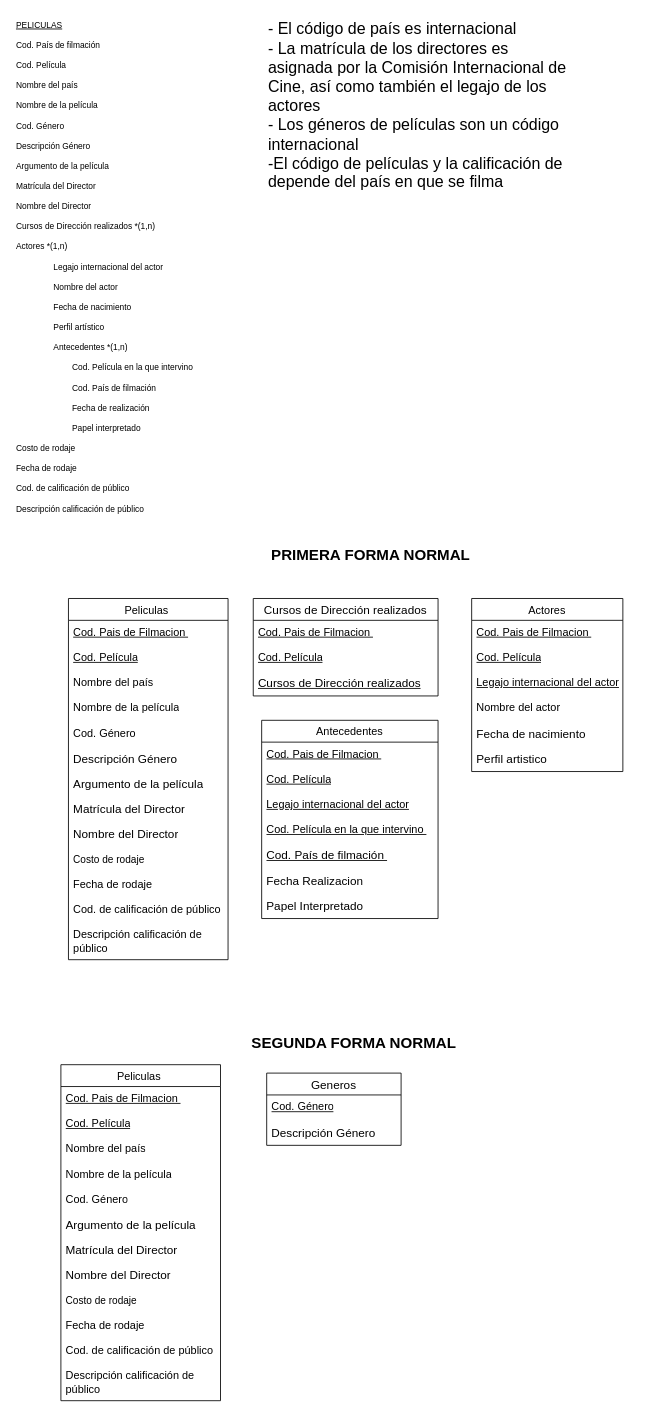
This is DiagrapaPeliculas.drawio from Jose-AA/TP-PELICULAS-BASE-DE-DATOS, a draw.io file, before an edit. Source tidied: cells renumbered, new cells numbered last; positions are measured from the earlier drawing's top-left corner, leaving out a move shared by most shapes. Both pictures are drawn from the tidied source at 84%, with x=0, y=0 at pixel (14, 14).
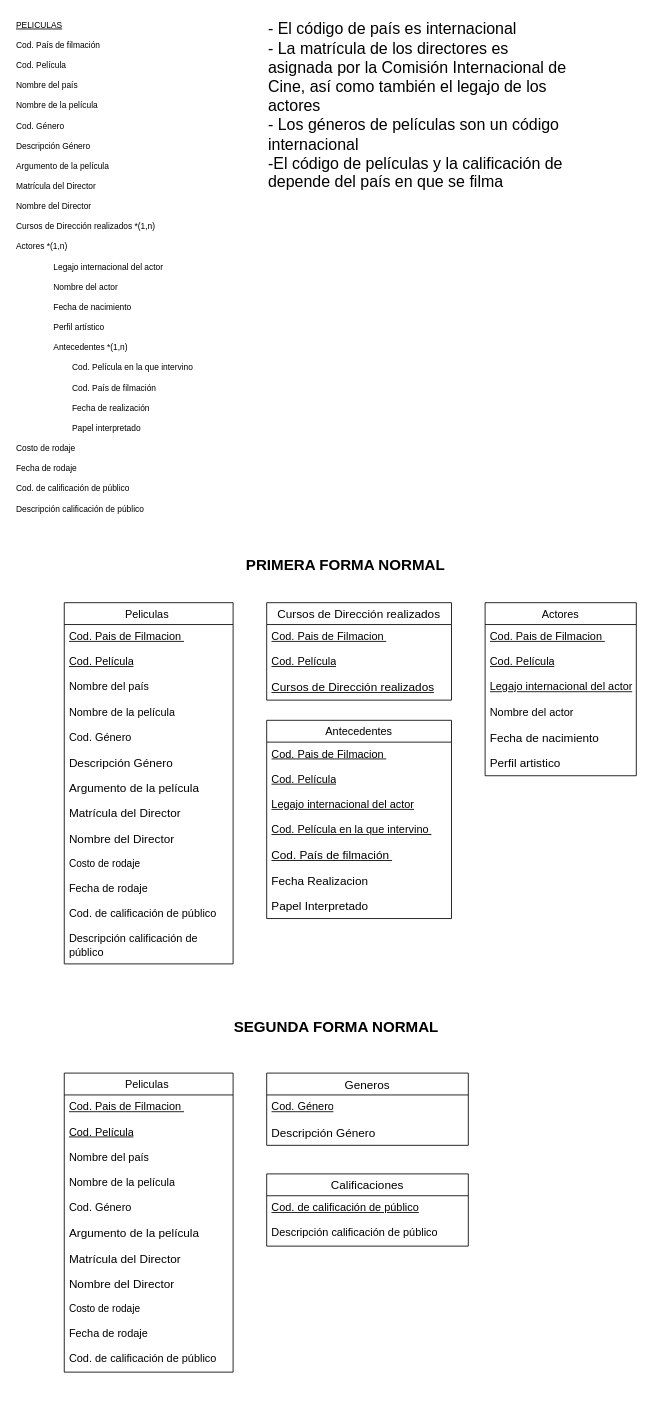
The same page after the edit.

Diff of the diagram source:
```diff
@@
     <mxCell id="2" value="Peliculas " style="swimlane;fontStyle=0;horizontal=1;startSize=26;align=center;fontSize=13;" parent="1" vertex="1">
-      <mxGeometry x="64" y="695" width="190" height="430" as="geometry" />
+      <mxGeometry x="59" y="700" width="201" height="430" as="geometry" />
     </mxCell>
     <mxCell id="3" value="&lt;div style=&quot;font-size: 13px;&quot;&gt;&lt;u&gt;Cod. Pais de Filmacion&amp;nbsp;&lt;/u&gt;&lt;/div&gt;" style="text;strokeColor=none;fillColor=none;spacingLeft=4;spacingRight=4;overflow=hidden;fontSize=13;whiteSpace=wrap;html=1;" parent="2" vertex="1">
-      <mxGeometry y="26" width="190" height="30" as="geometry" />
+      <mxGeometry y="26" width="201" height="30" as="geometry" />
     </mxCell>
     <mxCell id="4" value="&lt;span style=&quot;font-size: 13px;&quot;&gt;&lt;u&gt;Cod. Película&lt;/u&gt;&lt;/span&gt;" style="text;strokeColor=none;fillColor=none;spacingLeft=4;spacingRight=4;overflow=hidden;fontSize=13;whiteSpace=wrap;html=1;" parent="2" vertex="1">
-      <mxGeometry y="56" width="190" height="30" as="geometry" />
+      <mxGeometry y="56" width="201" height="30" as="geometry" />
     </mxCell>
     <mxCell id="5" value="&lt;span style=&quot;font-size: 13px;&quot;&gt;Nombre del país&lt;/span&gt;" style="text;strokeColor=none;fillColor=none;spacingLeft=4;spacingRight=4;overflow=hidden;fontSize=13;whiteSpace=wrap;html=1;" parent="2" vertex="1">
-      <mxGeometry y="86" width="190" height="30" as="geometry" />
+      <mxGeometry y="86" width="201" height="30" as="geometry" />
     </mxCell>
     <mxCell id="6" value="&lt;span style=&quot;font-size: 13px;&quot;&gt;Nombre de la película&lt;/span&gt;" style="text;strokeColor=none;fillColor=none;spacingLeft=4;spacingRight=4;overflow=hidden;fontSize=13;whiteSpace=wrap;html=1;" parent="2" vertex="1">
-      <mxGeometry y="116" width="190" height="30" as="geometry" />
+      <mxGeometry y="116" width="201" height="30" as="geometry" />
     </mxCell>
     <mxCell id="7" value="&lt;span style=&quot;font-size: 13px;&quot;&gt;Cod. Género&lt;/span&gt;" style="text;strokeColor=none;fillColor=none;spacingLeft=4;spacingRight=4;overflow=hidden;fontSize=13;whiteSpace=wrap;html=1;" parent="2" vertex="1">
-      <mxGeometry y="146" width="190" height="30" as="geometry" />
+      <mxGeometry y="146" width="201" height="30" as="geometry" />
     </mxCell>
     <mxCell id="8" value="&lt;span style=&quot;font-size: 14px;&quot;&gt;Descripción Género&lt;/span&gt;" style="text;strokeColor=none;fillColor=none;spacingLeft=4;spacingRight=4;overflow=hidden;fontSize=14;whiteSpace=wrap;html=1;" parent="2" vertex="1">
-      <mxGeometry y="176" width="190" height="30" as="geometry" />
+      <mxGeometry y="176" width="201" height="30" as="geometry" />
     </mxCell>
     <mxCell id="9" value="&lt;span style=&quot;font-size: 14px;&quot;&gt;Argumento de la película&lt;/span&gt;" style="text;strokeColor=none;fillColor=none;spacingLeft=4;spacingRight=4;overflow=hidden;fontSize=14;whiteSpace=wrap;html=1;" parent="2" vertex="1">
-      <mxGeometry y="206" width="190" height="30" as="geometry" />
+      <mxGeometry y="206" width="201" height="30" as="geometry" />
     </mxCell>
     <mxCell id="10" value="&lt;font style=&quot;font-size: 14px;&quot;&gt;Matrícula del Director&lt;/font&gt;" style="text;strokeColor=none;fillColor=none;spacingLeft=4;spacingRight=4;overflow=hidden;fontSize=13;whiteSpace=wrap;html=1;" parent="2" vertex="1">
-      <mxGeometry y="236" width="190" height="30" as="geometry" />
+      <mxGeometry y="236" width="201" height="30" as="geometry" />
     </mxCell>
     <mxCell id="11" value="&lt;font style=&quot;font-size: 14px;&quot;&gt;Nombre del Director&lt;/font&gt;" style="text;strokeColor=none;fillColor=none;spacingLeft=4;spacingRight=4;overflow=hidden;fontSize=13;whiteSpace=wrap;html=1;" parent="2" vertex="1">
-      <mxGeometry y="266" width="190" height="30" as="geometry" />
+      <mxGeometry y="266" width="201" height="30" as="geometry" />
     </mxCell>
     <mxCell id="12" value="Costo de rodaje" style="text;strokeColor=none;fillColor=none;align=left;verticalAlign=middle;spacingLeft=4;spacingRight=4;overflow=hidden;whiteSpace=wrap;html=1;" parent="2" vertex="1">
-      <mxGeometry y="296" width="190" height="30" as="geometry" />
+      <mxGeometry y="296" width="201" height="30" as="geometry" />
     </mxCell>
     <mxCell id="13" value="Fecha de rodaje" style="text;strokeColor=none;fillColor=none;spacingLeft=4;spacingRight=4;overflow=hidden;fontSize=13;whiteSpace=wrap;html=1;" parent="2" vertex="1">
-      <mxGeometry y="326" width="190" height="30" as="geometry" />
+      <mxGeometry y="326" width="201" height="30" as="geometry" />
     </mxCell>
     <mxCell id="14" value="Cod. de calificación de público" style="text;strokeColor=none;fillColor=none;spacingLeft=4;spacingRight=4;overflow=hidden;fontSize=13;whiteSpace=wrap;html=1;" parent="2" vertex="1">
-      <mxGeometry y="356" width="190" height="30" as="geometry" />
+      <mxGeometry y="356" width="201" height="30" as="geometry" />
     </mxCell>
     <mxCell id="15" value="Descripción calificación de público" style="text;strokeColor=none;fillColor=none;spacingLeft=4;spacingRight=4;overflow=hidden;fontSize=13;whiteSpace=wrap;html=1;" parent="2" vertex="1">
-      <mxGeometry y="386" width="190" height="44" as="geometry" />
+      <mxGeometry y="386" width="201" height="44" as="geometry" />
     </mxCell>
@@
     <mxCell id="18" value="&lt;b&gt;&lt;font style=&quot;font-size: 18px;&quot;&gt;PRIMERA FORMA NORMAL&lt;/font&gt;&lt;/b&gt;" style="text;html=1;align=center;verticalAlign=middle;whiteSpace=wrap;rounded=0;" parent="1" vertex="1">
-      <mxGeometry x="284" y="629" width="280" height="30" as="geometry" />
+      <mxGeometry x="254" y="640" width="280" height="30" as="geometry" />
     </mxCell>
     <mxCell id="19" value="Cursos de Dirección realizados" style="swimlane;fontStyle=0;horizontal=1;startSize=26;align=center;fontSize=14;" parent="1" vertex="1">
-      <mxGeometry x="284" y="695" width="220" height="116" as="geometry" />
+      <mxGeometry x="300" y="700" width="220" height="116" as="geometry" />
     </mxCell>
@@
     <mxCell id="23" value="Actores" style="swimlane;fontStyle=0;horizontal=1;startSize=26;align=center;fontSize=13;" parent="1" vertex="1">
-      <mxGeometry x="544" y="695" width="180" height="206" as="geometry" />
+      <mxGeometry x="560" y="700" width="180" height="206" as="geometry" />
     </mxCell>
@@
     <mxCell id="30" value="Antecedentes" style="swimlane;fontStyle=0;horizontal=1;startSize=26;align=center;fontSize=13;" parent="1" vertex="1">
-      <mxGeometry x="294" y="840" width="210" height="236" as="geometry" />
+      <mxGeometry x="300" y="840" width="220" height="236" as="geometry" />
     </mxCell>
     <mxCell id="31" value="&lt;div style=&quot;font-size: 13px;&quot;&gt;&lt;u&gt;Cod. Pais de Filmacion&amp;nbsp;&lt;/u&gt;&lt;/div&gt;" style="text;strokeColor=none;fillColor=none;spacingLeft=4;spacingRight=4;overflow=hidden;fontSize=13;whiteSpace=wrap;html=1;" parent="30" vertex="1">
-      <mxGeometry y="26" width="210" height="30" as="geometry" />
+      <mxGeometry y="26" width="220" height="30" as="geometry" />
     </mxCell>
     <mxCell id="32" value="&lt;span style=&quot;font-size: 13px;&quot;&gt;&lt;u&gt;Cod. Película&lt;/u&gt;&lt;/span&gt;" style="text;strokeColor=none;fillColor=none;spacingLeft=4;spacingRight=4;overflow=hidden;fontSize=13;whiteSpace=wrap;html=1;" parent="30" vertex="1">
-      <mxGeometry y="56" width="210" height="30" as="geometry" />
+      <mxGeometry y="56" width="220" height="30" as="geometry" />
     </mxCell>
     <mxCell id="33" value="&lt;span style=&quot;font-size: 13px;&quot;&gt;&lt;u&gt;Legajo internacional del actor&lt;/u&gt;&lt;/span&gt;" style="text;strokeColor=none;fillColor=none;spacingLeft=4;spacingRight=4;overflow=hidden;fontSize=13;whiteSpace=wrap;html=1;" parent="30" vertex="1">
-      <mxGeometry y="86" width="210" height="30" as="geometry" />
+      <mxGeometry y="86" width="220" height="30" as="geometry" />
     </mxCell>
     <mxCell id="34" value="&lt;u&gt;Cod. Película en la que intervino&amp;nbsp;&lt;/u&gt;" style="text;strokeColor=none;fillColor=none;spacingLeft=4;spacingRight=4;overflow=hidden;fontSize=13;whiteSpace=wrap;html=1;" parent="30" vertex="1">
-      <mxGeometry y="116" width="210" height="30" as="geometry" />
+      <mxGeometry y="116" width="220" height="30" as="geometry" />
     </mxCell>
     <mxCell id="35" value="&lt;u&gt;Cod. País de filmación&amp;nbsp;&lt;/u&gt;" style="text;strokeColor=none;fillColor=none;spacingLeft=4;spacingRight=4;overflow=hidden;fontSize=14;whiteSpace=wrap;html=1;" parent="30" vertex="1">
-      <mxGeometry y="146" width="210" height="30" as="geometry" />
+      <mxGeometry y="146" width="220" height="30" as="geometry" />
     </mxCell>
     <mxCell id="36" value="&lt;span style=&quot;font-size: 14px;&quot;&gt;Fecha Realizacion&lt;/span&gt;&lt;div&gt;&lt;span style=&quot;font-size: 14px;&quot;&gt;&lt;br&gt;&lt;/span&gt;&lt;/div&gt;" style="text;strokeColor=none;fillColor=none;spacingLeft=4;spacingRight=4;overflow=hidden;fontSize=14;whiteSpace=wrap;html=1;" parent="30" vertex="1">
-      <mxGeometry y="176" width="210" height="30" as="geometry" />
+      <mxGeometry y="176" width="220" height="30" as="geometry" />
     </mxCell>
     <mxCell id="37" value="&lt;div&gt;&lt;span style=&quot;font-size: 14px;&quot;&gt;Papel Interpretado&lt;/span&gt;&lt;/div&gt;" style="text;strokeColor=none;fillColor=none;spacingLeft=4;spacingRight=4;overflow=hidden;fontSize=14;whiteSpace=wrap;html=1;" parent="30" vertex="1">
-      <mxGeometry y="206" width="210" height="30" as="geometry" />
+      <mxGeometry y="206" width="220" height="30" as="geometry" />
     </mxCell>
     <mxCell id="38" value="&lt;b&gt;&lt;font style=&quot;font-size: 18px;&quot;&gt;SEGUNDA FORMA NORMAL&lt;/font&gt;&lt;/b&gt;" style="text;html=1;align=center;verticalAlign=middle;whiteSpace=wrap;rounded=0;" parent="1" vertex="1">
-      <mxGeometry x="264" y="1210" width="280" height="30" as="geometry" />
+      <mxGeometry x="243" y="1190" width="280" height="30" as="geometry" />
     </mxCell>
     <mxCell id="39" value="Peliculas " style="swimlane;fontStyle=0;horizontal=1;startSize=26;align=center;fontSize=13;" parent="1" vertex="1">
-      <mxGeometry x="55" y="1250" width="190" height="400" as="geometry" />
+      <mxGeometry x="59" y="1260" width="201" height="356" as="geometry" />
     </mxCell>
     <mxCell id="40" value="&lt;div style=&quot;font-size: 13px;&quot;&gt;&lt;u&gt;Cod. Pais de Filmacion&amp;nbsp;&lt;/u&gt;&lt;/div&gt;" style="text;strokeColor=none;fillColor=none;spacingLeft=4;spacingRight=4;overflow=hidden;fontSize=13;whiteSpace=wrap;html=1;" parent="39" vertex="1">
-      <mxGeometry y="26" width="190" height="30" as="geometry" />
+      <mxGeometry y="26" width="201" height="30" as="geometry" />
     </mxCell>
     <mxCell id="41" value="&lt;span style=&quot;font-size: 13px;&quot;&gt;&lt;u&gt;Cod. Película&lt;/u&gt;&lt;/span&gt;" style="text;strokeColor=none;fillColor=none;spacingLeft=4;spacingRight=4;overflow=hidden;fontSize=13;whiteSpace=wrap;html=1;" parent="39" vertex="1">
-      <mxGeometry y="56" width="190" height="30" as="geometry" />
+      <mxGeometry y="56" width="201" height="30" as="geometry" />
     </mxCell>
     <mxCell id="42" value="&lt;span style=&quot;font-size: 13px;&quot;&gt;Nombre del país&lt;/span&gt;" style="text;strokeColor=none;fillColor=none;spacingLeft=4;spacingRight=4;overflow=hidden;fontSize=13;whiteSpace=wrap;html=1;" parent="39" vertex="1">
-      <mxGeometry y="86" width="190" height="30" as="geometry" />
+      <mxGeometry y="86" width="201" height="30" as="geometry" />
     </mxCell>
     <mxCell id="43" value="&lt;span style=&quot;font-size: 13px;&quot;&gt;Nombre de la película&lt;/span&gt;" style="text;strokeColor=none;fillColor=none;spacingLeft=4;spacingRight=4;overflow=hidden;fontSize=13;whiteSpace=wrap;html=1;" parent="39" vertex="1">
-      <mxGeometry y="116" width="190" height="30" as="geometry" />
+      <mxGeometry y="116" width="201" height="30" as="geometry" />
     </mxCell>
     <mxCell id="44" value="&lt;span style=&quot;font-size: 13px;&quot;&gt;Cod. Género&lt;/span&gt;" style="text;strokeColor=none;fillColor=none;spacingLeft=4;spacingRight=4;overflow=hidden;fontSize=13;whiteSpace=wrap;html=1;" parent="39" vertex="1">
-      <mxGeometry y="146" width="190" height="30" as="geometry" />
+      <mxGeometry y="146" width="201" height="30" as="geometry" />
     </mxCell>
     <mxCell id="45" value="&lt;span style=&quot;font-size: 14px;&quot;&gt;Argumento de la película&lt;/span&gt;" style="text;strokeColor=none;fillColor=none;spacingLeft=4;spacingRight=4;overflow=hidden;fontSize=14;whiteSpace=wrap;html=1;" parent="39" vertex="1">
-      <mxGeometry y="176" width="190" height="30" as="geometry" />
+      <mxGeometry y="176" width="201" height="30" as="geometry" />
     </mxCell>
     <mxCell id="46" value="&lt;font style=&quot;font-size: 14px;&quot;&gt;Matrícula del Director&lt;/font&gt;" style="text;strokeColor=none;fillColor=none;spacingLeft=4;spacingRight=4;overflow=hidden;fontSize=13;whiteSpace=wrap;html=1;" parent="39" vertex="1">
-      <mxGeometry y="206" width="190" height="30" as="geometry" />
+      <mxGeometry y="206" width="201" height="30" as="geometry" />
     </mxCell>
     <mxCell id="47" value="&lt;font style=&quot;font-size: 14px;&quot;&gt;Nombre del Director&lt;/font&gt;" style="text;strokeColor=none;fillColor=none;spacingLeft=4;spacingRight=4;overflow=hidden;fontSize=13;whiteSpace=wrap;html=1;" parent="39" vertex="1">
-      <mxGeometry y="236" width="190" height="30" as="geometry" />
+      <mxGeometry y="236" width="201" height="30" as="geometry" />
     </mxCell>
     <mxCell id="48" value="Costo de rodaje" style="text;strokeColor=none;fillColor=none;align=left;verticalAlign=middle;spacingLeft=4;spacingRight=4;overflow=hidden;whiteSpace=wrap;html=1;" parent="39" vertex="1">
-      <mxGeometry y="266" width="190" height="30" as="geometry" />
+      <mxGeometry y="266" width="201" height="30" as="geometry" />
     </mxCell>
     <mxCell id="49" value="Fecha de rodaje" style="text;strokeColor=none;fillColor=none;spacingLeft=4;spacingRight=4;overflow=hidden;fontSize=13;whiteSpace=wrap;html=1;" parent="39" vertex="1">
-      <mxGeometry y="296" width="190" height="30" as="geometry" />
+      <mxGeometry y="296" width="201" height="30" as="geometry" />
     </mxCell>
     <mxCell id="50" value="Cod. de calificación de público" style="text;strokeColor=none;fillColor=none;spacingLeft=4;spacingRight=4;overflow=hidden;fontSize=13;whiteSpace=wrap;html=1;" parent="39" vertex="1">
-      <mxGeometry y="326" width="190" height="30" as="geometry" />
+      <mxGeometry y="326" width="201" height="30" as="geometry" />
     </mxCell>
-    <mxCell id="51" value="Descripción calificación de público" style="text;strokeColor=none;fillColor=none;spacingLeft=4;spacingRight=4;overflow=hidden;fontSize=13;whiteSpace=wrap;html=1;" parent="39" vertex="1">
-      <mxGeometry y="356" width="190" height="44" as="geometry" />
-    </mxCell>
     <mxCell id="52" value="Generos" style="swimlane;fontStyle=0;horizontal=1;startSize=26;align=center;fontSize=14;" parent="1" vertex="1">
-      <mxGeometry x="300" y="1260" width="160" height="86" as="geometry" />
+      <mxGeometry x="300" y="1260" width="240" height="86" as="geometry" />
     </mxCell>
     <mxCell id="53" value="&lt;span style=&quot;font-size: 13px;&quot;&gt;&lt;u&gt;Cod. Género&lt;/u&gt;&lt;/span&gt;" style="text;strokeColor=none;fillColor=none;spacingLeft=4;spacingRight=4;overflow=hidden;fontSize=12;whiteSpace=wrap;html=1;" parent="52" vertex="1">
-      <mxGeometry y="26" width="160" height="30" as="geometry" />
+      <mxGeometry y="26" width="240" height="30" as="geometry" />
     </mxCell>
     <mxCell id="54" value="&lt;span style=&quot;font-size: 14px;&quot;&gt;Descripción Género&lt;/span&gt;" style="text;strokeColor=none;fillColor=none;spacingLeft=4;spacingRight=4;overflow=hidden;fontSize=12;whiteSpace=wrap;html=1;" parent="52" vertex="1">
-      <mxGeometry y="56" width="160" height="30" as="geometry" />
+      <mxGeometry y="56" width="240" height="30" as="geometry" />
     </mxCell>
+    <mxCell id="55" value="Calificaciones" style="swimlane;fontStyle=0;horizontal=1;startSize=26;align=center;fontSize=14;" parent="1" vertex="1">
+      <mxGeometry x="300" y="1380" width="240" height="86" as="geometry" />
+    </mxCell>
+    <mxCell id="56" value="&lt;span style=&quot;font-size: 13px;&quot;&gt;&lt;u&gt;Cod. de calificación de público&lt;/u&gt;&lt;/span&gt;" style="text;strokeColor=none;fillColor=none;spacingLeft=4;spacingRight=4;overflow=hidden;fontSize=12;whiteSpace=wrap;html=1;" parent="55" vertex="1">
+      <mxGeometry y="26" width="240" height="30" as="geometry" />
+    </mxCell>
+    <mxCell id="51" value="&lt;span style=&quot;font-size: 13px;&quot;&gt;Descripción calificación de público&lt;/span&gt;" style="text;strokeColor=none;fillColor=none;spacingLeft=4;spacingRight=4;overflow=hidden;fontSize=12;whiteSpace=wrap;html=1;" parent="55" vertex="1">
+      <mxGeometry y="56" width="240" height="30" as="geometry" />
+    </mxCell>
```
